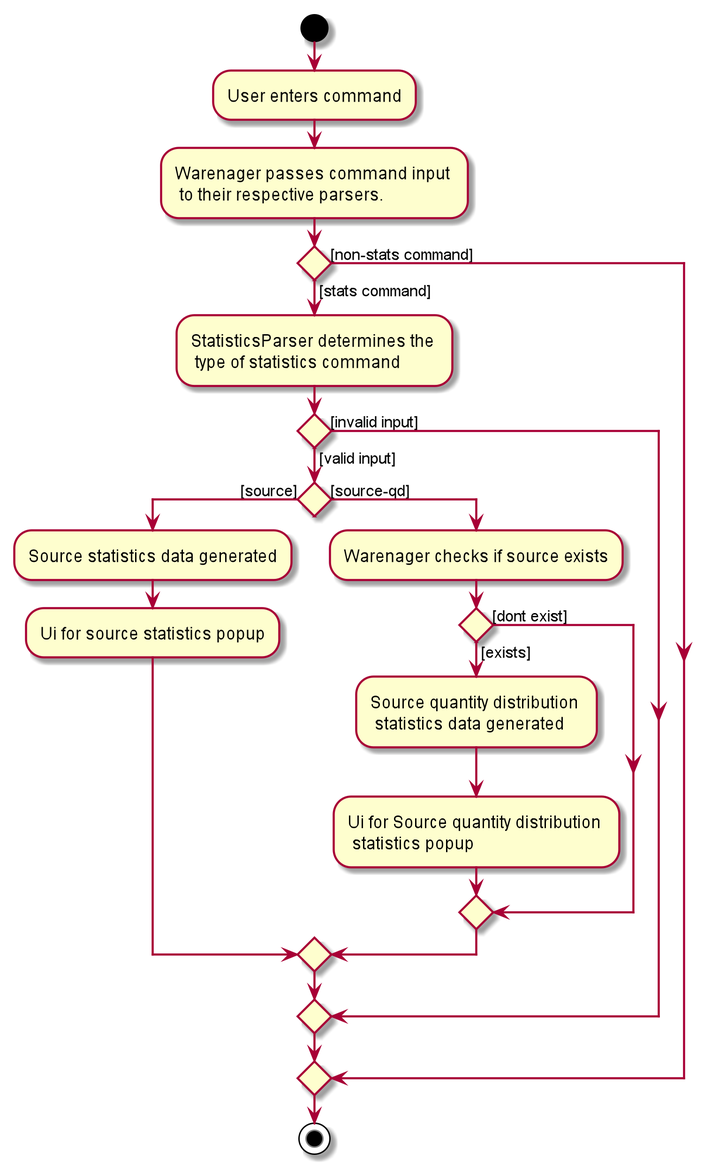
Above: docs/images/StatisticsActivityDiagram.png in nus-cs2103-AY2021S1/tp (PlantUML), before the change. Its diagram source:
```plantuml
@startuml
start
:User enters command;

:Warenager passes command input \n to their respective parsers.;

if () then ([stats command])
    :StatisticsParser determines the \n type of statistics command;
    if () then ([valid input])
        if () then ([source])
            :Source statistics data generated;
            :Ui for source statistics popup;
        else ([source-qd])
            :Warenager checks if source exists;
                if () then ([exists])
                    :Source quantity distribution \n statistics data generated;
                    :Ui for Source quantity distribution \n statistics popup;
                else ([dont exist])
            endif
        endif
    else ([invalid input])
    endif
else ([non-stats command])

endif
stop

@enduml
```
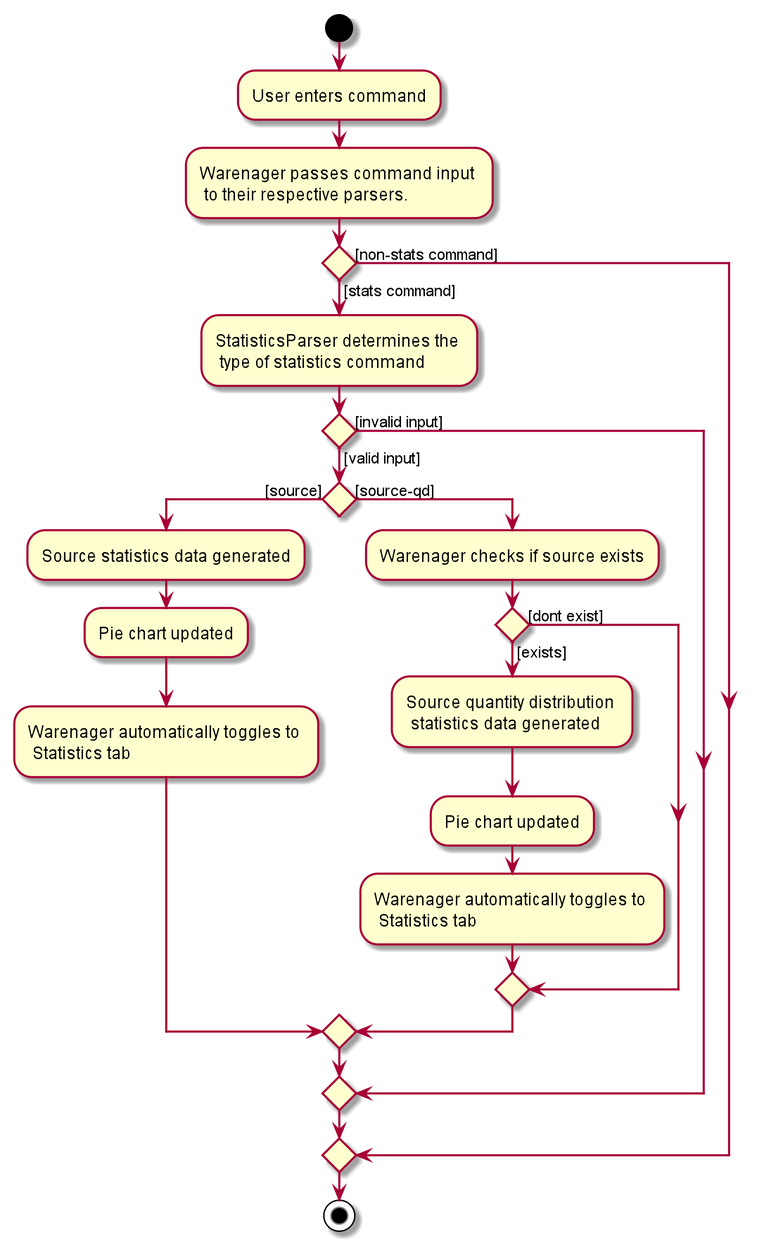
After the commit.

Change to the diagram source:
```diff
@@ -9,12 +9,14 @@
     if () then ([valid input])
         if () then ([source])
             :Source statistics data generated;
-            :Ui for source statistics popup;
+            :Pie chart updated;
+            :Warenager automatically toggles to \n Statistics tab;
         else ([source-qd])
             :Warenager checks if source exists;
                 if () then ([exists])
                     :Source quantity distribution \n statistics data generated;
-                    :Ui for Source quantity distribution \n statistics popup;
+                    :Pie chart updated;
+                    :Warenager automatically toggles to \n Statistics tab;
                 else ([dont exist])
             endif
         endif
```
